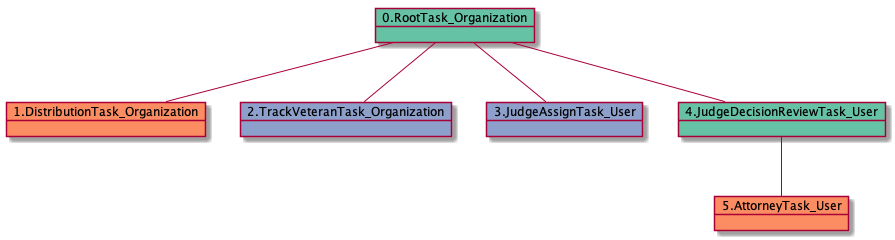
This is docs-DR/uml/RTO.DTO.TVTO.JATU-11092.png from yoomlam/graphing, a PlantUML export, as it was before one commit.
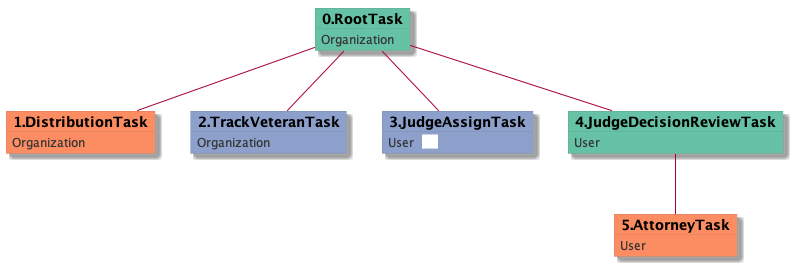
Above is the later version.

Diff of the diagram source:
```diff
@@ -1,13 +1,33 @@
 @startuml
-object 0.RootTask_Organization #66c2a5
-object 1.DistributionTask_Organization #fc8d62
-object 2.TrackVeteranTask_Organization #8da0cb
-object 3.JudgeAssignTask_User #8da0cb
-object 4.JudgeDecisionReviewTask_User #66c2a5
-object 5.AttorneyTask_User #fc8d62
-0.RootTask_Organization -- 1.DistributionTask_Organization
-0.RootTask_Organization -- 2.TrackVeteranTask_Organization
-0.RootTask_Organization -- 3.JudgeAssignTask_User
-0.RootTask_Organization -- 4.JudgeDecisionReviewTask_User
-4.JudgeDecisionReviewTask_User -- 5.AttorneyTask_User
+skinparam {
+  ObjectBorderColor #555
+  ObjectBorderThickness 0
+  ObjectFontStyle bold
+  ObjectFontSize 14
+  ObjectAttributeFontColor #333
+  ObjectAttributeFontSize 12
+}
+  object 0.RootTask #66c2a5 {
+Organization
+}
+  object 1.DistributionTask #fc8d62 {
+Organization
+}
+  object 2.TrackVeteranTask #8da0cb {
+Organization
+}
+  object 3.JudgeAssignTask #8da0cb {
+User  <back:white>    </back>
+}
+  object 4.JudgeDecisionReviewTask #66c2a5 {
+User
+}
+  object 5.AttorneyTask #fc8d62 {
+User
+}
+0.RootTask -- 1.DistributionTask
+0.RootTask -- 2.TrackVeteranTask
+0.RootTask -- 3.JudgeAssignTask
+0.RootTask -- 4.JudgeDecisionReviewTask
+4.JudgeDecisionReviewTask -- 5.AttorneyTask
 @enduml
```
